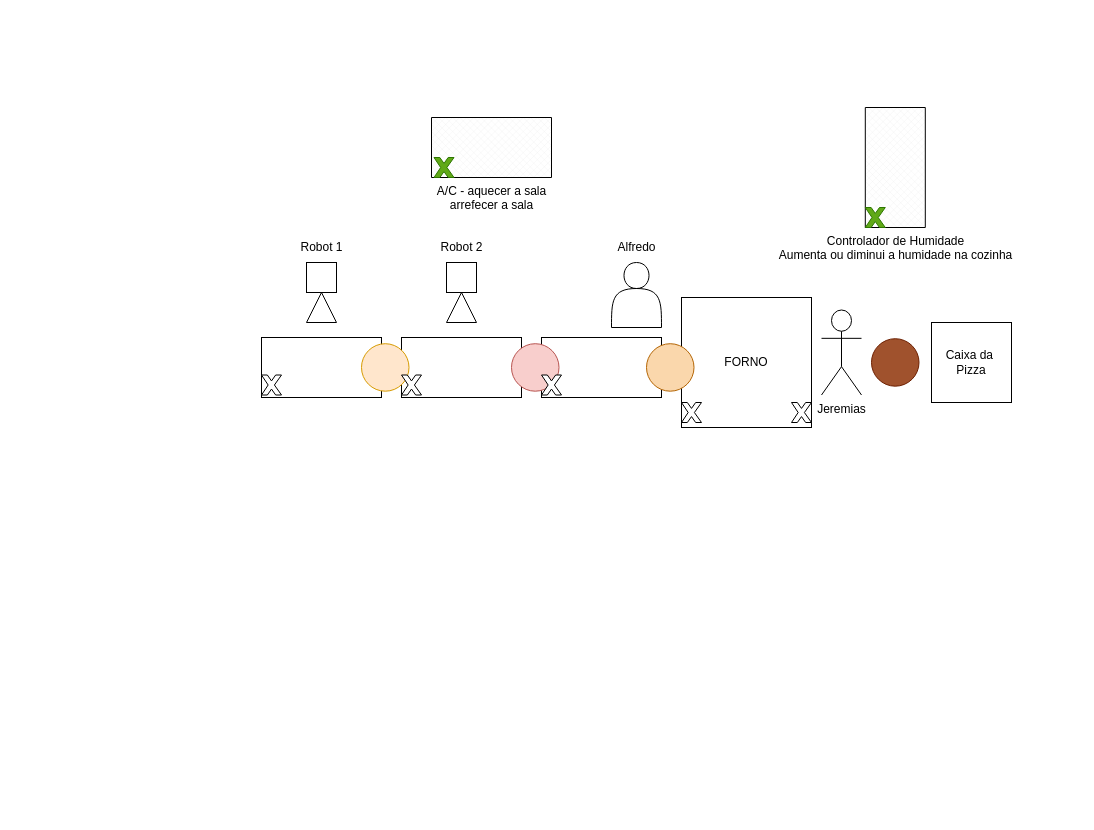
Above: Untitled Diagram.drawio in Automation-yatata/Industry4.0-PizzaPlace (draw.io), before the change. Source tidied: cells renumbered, new cells numbered last; positions are measured from the earlier drawing's top-left corner, leaving out a move shared by most shapes. Both pictures are drawn from the tidied source at 100%, with x=0, y=0 at pixel (261, 107).
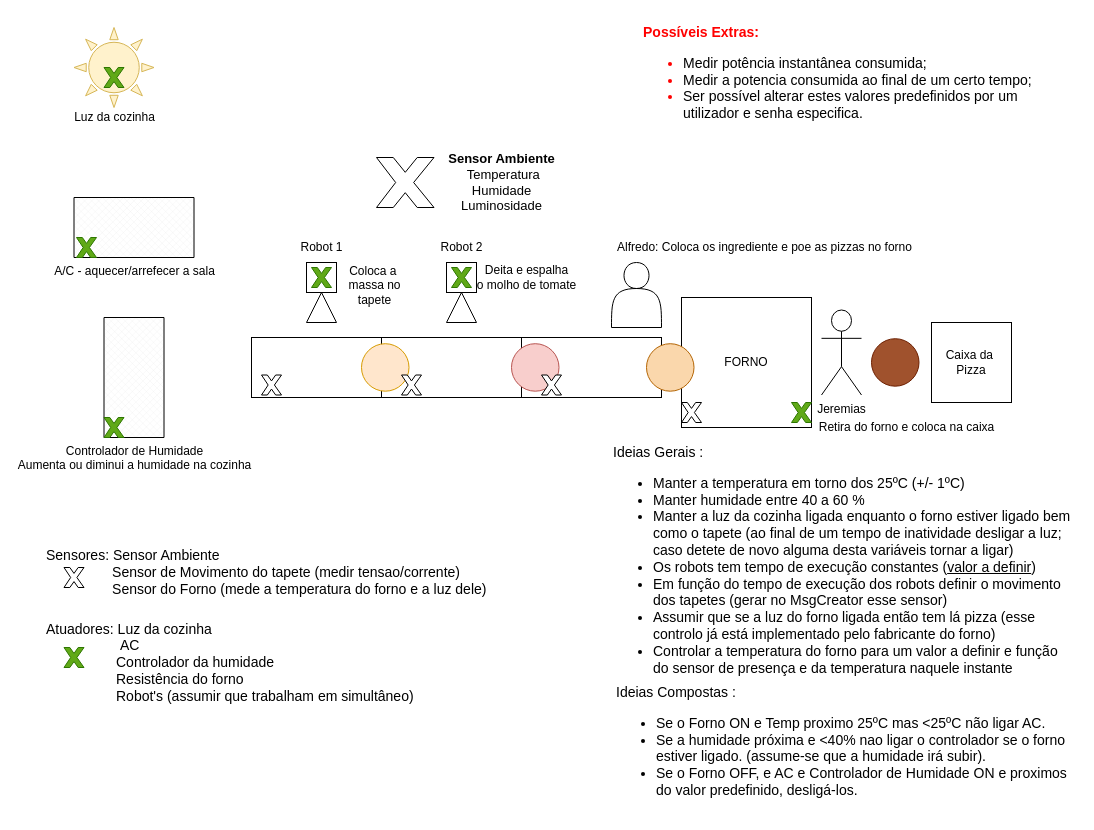
After the change.

Diff of the diagram source:
```diff
@@
     <mxCell id="2" style="rounded=0;whiteSpace=wrap;html=1;" parent="1" vertex="1">
-      <mxGeometry y="230" width="120" height="60" as="geometry" />
+      <mxGeometry x="-10" y="230" width="130" height="60" as="geometry" />
     </mxCell>
     <mxCell id="3" style="rounded=0;whiteSpace=wrap;html=1;" parent="1" vertex="1">
-      <mxGeometry x="140" y="230" width="120" height="60" as="geometry" />
+      <mxGeometry x="120" y="230" width="140" height="60" as="geometry" />
     </mxCell>
     <mxCell id="4" style="rounded=0;whiteSpace=wrap;html=1;" parent="1" vertex="1">
-      <mxGeometry x="280" y="230" width="120" height="60" as="geometry" />
+      <mxGeometry x="260" y="230" width="140" height="60" as="geometry" />
     </mxCell>
@@
-    <mxCell id="18" value="Alfredo" style="text;html=1;align=center;verticalAlign=middle;" parent="1" vertex="1">
-      <mxGeometry x="350" y="130" width="50" height="20" as="geometry" />
-    </mxCell>
@@
-    <mxCell id="22" value="A/C - aquecer a sala&lt;br&gt;arrefecer a sala" style="verticalLabelPosition=bottom;verticalAlign=top;html=1;shape=mxgraph.basic.patternFillRect;fillStyle=diagGrid;step=5;fillStrokeWidth=0.2;fillStrokeColor=#dddddd;" parent="1" vertex="1">
-      <mxGeometry x="170" y="10" width="120" height="60" as="geometry" />
+    <mxCell id="22" value="A/C - aquecer/arrefecer a sala&lt;br&gt;" style="verticalLabelPosition=bottom;verticalAlign=top;html=1;shape=mxgraph.basic.patternFillRect;fillStyle=diagGrid;step=5;fillStrokeWidth=0.2;fillStrokeColor=#dddddd;" parent="1" vertex="1">
+      <mxGeometry x="-187.5" y="90" width="120" height="60" as="geometry" />
     </mxCell>
     <mxCell id="23" style="verticalLabelPosition=bottom;verticalAlign=top;html=1;shape=mxgraph.basic.x;fillColor=#60a917;strokeColor=#2D7600;fontColor=#ffffff;" parent="1" vertex="1">
-      <mxGeometry x="172.5" y="50" width="20" height="20" as="geometry" />
+      <mxGeometry x="-185" y="130" width="20" height="20" as="geometry" />
     </mxCell>
@@
     <mxCell id="26" value="Controlador de Humidade&lt;br&gt;Aumenta ou diminui a humidade na cozinha" style="verticalLabelPosition=bottom;verticalAlign=top;html=1;shape=mxgraph.basic.patternFillRect;fillStyle=diagGrid;step=5;fillStrokeWidth=0.2;fillStrokeColor=#dddddd;direction=south;" parent="1" vertex="1">
-      <mxGeometry x="603.8" width="60" height="120" as="geometry" />
+      <mxGeometry x="-157.5" y="210" width="60" height="120" as="geometry" />
     </mxCell>
     <mxCell id="27" style="verticalLabelPosition=bottom;verticalAlign=top;html=1;shape=mxgraph.basic.x;fillColor=#60a917;strokeColor=#2D7600;fontColor=#ffffff;" parent="1" vertex="1">
-      <mxGeometry x="603.8" y="100" width="20" height="20" as="geometry" />
+      <mxGeometry x="-157.5" y="310" width="20" height="20" as="geometry" />
     </mxCell>
-    <mxCell id="28" style="verticalLabelPosition=bottom;verticalAlign=top;html=1;shape=mxgraph.basic.x;" parent="1" vertex="1">
+    <mxCell id="28" style="verticalLabelPosition=bottom;verticalAlign=top;html=1;shape=mxgraph.basic.x;fillColor=#60a917;strokeColor=#2D7600;fontColor=#ffffff;" parent="1" vertex="1">
       <mxGeometry x="530" y="295" width="20" height="20" as="geometry" />
     </mxCell>
+    <mxCell id="29" value="Coloca a&amp;nbsp;&lt;br&gt;massa no&lt;br&gt;tapete" style="text;html=1;align=center;verticalAlign=middle;" parent="1" vertex="1">
+      <mxGeometry x="77.5" y="152.5" width="70" height="50" as="geometry" />
+    </mxCell>
+    <mxCell id="30" value="Deita e espalha&lt;br&gt;o molho de tomate" style="text;html=1;align=center;verticalAlign=middle;" parent="1" vertex="1">
+      <mxGeometry x="210" y="155" width="110" height="30" as="geometry" />
+    </mxCell>
+    <mxCell id="31" style="verticalLabelPosition=bottom;verticalAlign=top;html=1;shape=mxgraph.basic.sun;fillColor=#fff2cc;strokeColor=#d6b656;" parent="1" vertex="1">
+      <mxGeometry x="-187.5" y="-80" width="80" height="80" as="geometry" />
+    </mxCell>
+    <mxCell id="32" style="verticalLabelPosition=bottom;verticalAlign=top;html=1;shape=mxgraph.basic.x;fillColor=#60a917;strokeColor=#2D7600;fontColor=#ffffff;" parent="1" vertex="1">
+      <mxGeometry x="-157.5" y="-40" width="20" height="20" as="geometry" />
+    </mxCell>
+    <mxCell id="33" style="verticalLabelPosition=bottom;verticalAlign=top;html=1;shape=mxgraph.basic.x;" parent="1" vertex="1">
+      <mxGeometry x="115" y="50" width="57.5" height="50" as="geometry" />
+    </mxCell>
+    <mxCell id="34" value="&lt;font style=&quot;font-size: 13px&quot;&gt;&lt;b&gt;Sensor Ambiente&lt;/b&gt;&lt;br&gt;&amp;nbsp;Temperatura&lt;br&gt;Humidade&lt;br&gt;Luminosidade&lt;/font&gt;" style="text;html=1;align=center;verticalAlign=middle;" parent="1" vertex="1">
+      <mxGeometry x="180" y="45" width="120" height="60" as="geometry" />
+    </mxCell>
+    <mxCell id="35" value="Alfredo: Coloca os ingrediente e poe as pizzas no forno&lt;br&gt;" style="text;html=1;align=center;verticalAlign=middle;" parent="1" vertex="1">
+      <mxGeometry x="347.5" y="130" width="310" height="20" as="geometry" />
+    </mxCell>
+    <mxCell id="36" value="Retira do forno e coloca na caixa" style="text;html=1;align=center;verticalAlign=middle;" parent="1" vertex="1">
+      <mxGeometry x="550" y="310" width="190" height="20" as="geometry" />
+    </mxCell>
+    <mxCell id="37" value="Luz da cozinha" style="text;html=1;align=center;verticalAlign=middle;" parent="1" vertex="1">
+      <mxGeometry x="-197.5" width="100" height="20" as="geometry" />
+    </mxCell>
+    <mxCell id="38" value="&lt;span style=&quot;font-size: 14px&quot;&gt;Sensores: Sensor Ambiente&amp;nbsp;&lt;br&gt;&amp;nbsp; &amp;nbsp; &amp;nbsp; &amp;nbsp; &amp;nbsp; &amp;nbsp; &amp;nbsp; &amp;nbsp; &amp;nbsp;Sensor de Movimento do tapete (medir tensao/corrente)&lt;br&gt;&amp;nbsp; &amp;nbsp; &amp;nbsp; &amp;nbsp; &amp;nbsp; &amp;nbsp; &amp;nbsp; &amp;nbsp; &amp;nbsp;Sensor do Forno (mede a temperatura do forno e a luz dele)&lt;br&gt;&lt;/span&gt;" style="text;html=1;strokeColor=none;fillColor=none;align=left;verticalAlign=middle;whiteSpace=wrap;rounded=0;" parent="1" vertex="1">
+      <mxGeometry x="-217.5" y="410" width="460" height="110" as="geometry" />
+    </mxCell>
+    <mxCell id="39" style="verticalLabelPosition=bottom;verticalAlign=top;html=1;shape=mxgraph.basic.x;" parent="1" vertex="1">
+      <mxGeometry x="-197.5" y="460" width="20" height="20" as="geometry" />
+    </mxCell>
+    <mxCell id="40" value="&lt;span style=&quot;font-size: 14px&quot;&gt;Atuadores: Luz da cozinha&amp;nbsp;&lt;/span&gt;&lt;br&gt;&lt;span style=&quot;font-size: 14px&quot;&gt;&amp;nbsp; &amp;nbsp; &amp;nbsp; &amp;nbsp; &amp;nbsp; &amp;nbsp; &amp;nbsp; &amp;nbsp; &amp;nbsp; &amp;nbsp;AC&lt;/span&gt;&lt;br&gt;&lt;span style=&quot;font-size: 14px&quot;&gt;&amp;nbsp; &amp;nbsp; &amp;nbsp; &amp;nbsp; &amp;nbsp; &amp;nbsp; &amp;nbsp; &amp;nbsp; &amp;nbsp; Controlador da humidade&lt;/span&gt;&lt;br&gt;&lt;span style=&quot;font-size: 14px&quot;&gt;&amp;nbsp; &amp;nbsp; &amp;nbsp; &amp;nbsp; &amp;nbsp; &amp;nbsp; &amp;nbsp; &amp;nbsp; &amp;nbsp; Resistência&amp;nbsp;do forno&lt;br&gt;&lt;/span&gt;&lt;font style=&quot;font-size: 14px&quot;&gt;&amp;nbsp; &amp;nbsp; &amp;nbsp; &amp;nbsp; &amp;nbsp; &amp;nbsp; &amp;nbsp; &amp;nbsp; &amp;nbsp; Robot's (assumir que trabalham em simultâneo)&lt;/font&gt;" style="text;html=1;strokeColor=none;fillColor=none;align=left;verticalAlign=middle;whiteSpace=wrap;rounded=0;" parent="1" vertex="1">
+      <mxGeometry x="-217.5" y="500" width="460" height="110" as="geometry" />
+    </mxCell>
+    <mxCell id="41" style="verticalLabelPosition=bottom;verticalAlign=top;html=1;shape=mxgraph.basic.x;fillColor=#60a917;strokeColor=#2D7600;fontColor=#ffffff;" parent="1" vertex="1">
+      <mxGeometry x="-197.5" y="540" width="20" height="20" as="geometry" />
+    </mxCell>
+    <mxCell id="42" style="verticalLabelPosition=bottom;verticalAlign=top;html=1;shape=mxgraph.basic.x;fillColor=#60a917;strokeColor=#2D7600;fontColor=#ffffff;" parent="1" vertex="1">
+      <mxGeometry x="50" y="160" width="20" height="20" as="geometry" />
+    </mxCell>
+    <mxCell id="43" style="verticalLabelPosition=bottom;verticalAlign=top;html=1;shape=mxgraph.basic.x;fillColor=#60a917;strokeColor=#2D7600;fontColor=#ffffff;" parent="1" vertex="1">
+      <mxGeometry x="190" y="160" width="20" height="20" as="geometry" />
+    </mxCell>
+    <mxCell id="44" value="&lt;font style=&quot;font-size: 14px&quot;&gt;Ideias Gerais :&lt;br&gt;&lt;ul&gt;&lt;li&gt;&lt;font style=&quot;font-size: 14px&quot;&gt;Manter a temperatura em torno dos 25ºC (+/- 1ºC)&lt;/font&gt;&lt;/li&gt;&lt;li&gt;&lt;font style=&quot;font-size: 14px&quot;&gt;Manter humidade entre 40 a 60 %&lt;/font&gt;&lt;/li&gt;&lt;li&gt;&lt;font style=&quot;font-size: 14px&quot;&gt;Manter a luz da cozinha ligada enquanto o forno estiver ligado bem como o tapete (ao final de um tempo de inatividade desligar a luz; caso detete de novo alguma desta variáveis tornar a ligar)&lt;/font&gt;&lt;/li&gt;&lt;li&gt;&lt;font style=&quot;font-size: 14px&quot;&gt;Os robots tem tempo de execução constantes (&lt;u&gt;valor a definir&lt;/u&gt;)&lt;/font&gt;&lt;/li&gt;&lt;li&gt;&lt;font style=&quot;font-size: 14px&quot;&gt;Em função do tempo de execução dos robots definir o movimento dos tapetes (gerar no MsgCreator esse sensor)&lt;/font&gt;&lt;/li&gt;&lt;li&gt;&lt;font style=&quot;font-size: 14px&quot;&gt;Assumir que se a luz do forno ligada então tem lá pizza (esse controlo já está implementado pelo fabricante do forno)&lt;/font&gt;&lt;/li&gt;&lt;li&gt;&lt;font style=&quot;font-size: 14px&quot;&gt;Controlar a temperatura do forno para um valor a definir e função do sensor de presença e da temperatura naquele instante&lt;/font&gt;&lt;/li&gt;&lt;/ul&gt;&lt;/font&gt;" style="text;html=1;strokeColor=none;fillColor=none;align=left;verticalAlign=top;whiteSpace=wrap;rounded=0;" parent="1" vertex="1">
+      <mxGeometry x="350" y="330" width="462.5" height="240" as="geometry" />
+    </mxCell>
+    <mxCell id="45" value="&lt;font style=&quot;font-size: 14px&quot;&gt;Ideias Compostas :&lt;br&gt;&lt;ul&gt;&lt;li&gt;Se o Forno ON e Temp proximo 25ºC mas &amp;lt;25ºC não ligar AC.&lt;/li&gt;&lt;li&gt;Se a humidade próxima e &amp;lt;40% nao ligar o controlador se o forno estiver ligado. (assume-se que a humidade irá subir).&lt;/li&gt;&lt;li&gt;Se o Forno OFF, e AC e Controlador de Humidade ON e proximos do valor predefinido, desligá-los.&lt;/li&gt;&lt;/ul&gt;&lt;/font&gt;" style="text;html=1;strokeColor=none;fillColor=none;align=left;verticalAlign=top;whiteSpace=wrap;rounded=0;" parent="1" vertex="1">
+      <mxGeometry x="352.5" y="570" width="462.5" height="130" as="geometry" />
+    </mxCell>
+    <mxCell id="46" value="Possíveis Extras:&lt;br&gt;&lt;ul&gt;&lt;li&gt;&lt;font color=&quot;#000000&quot;&gt;&lt;span style=&quot;font-weight: 400&quot;&gt;Medir potência instantânea consumida;&lt;br&gt;&lt;/span&gt;&lt;/font&gt;&lt;/li&gt;&lt;li&gt;&lt;font color=&quot;#000000&quot;&gt;&lt;span style=&quot;font-weight: 400&quot;&gt;Medir a potencia consumida ao final de um certo tempo;&lt;/span&gt;&lt;/font&gt;&lt;/li&gt;&lt;li&gt;&lt;font color=&quot;#000000&quot;&gt;&lt;span style=&quot;font-weight: 400&quot;&gt;Ser possível alterar estes valores predefinidos por um utilizador e senha especifica.&lt;/span&gt;&lt;/font&gt;&lt;/li&gt;&lt;/ul&gt;" style="text;html=1;strokeColor=none;fillColor=none;align=left;verticalAlign=top;whiteSpace=wrap;rounded=0;labelBackgroundColor=none;labelBorderColor=none;fontColor=#FF0000;fontSize=14;fontStyle=1;" parent="1" vertex="1">
+      <mxGeometry x="380" y="-90" width="422.5" height="160" as="geometry" />
+    </mxCell>
```
